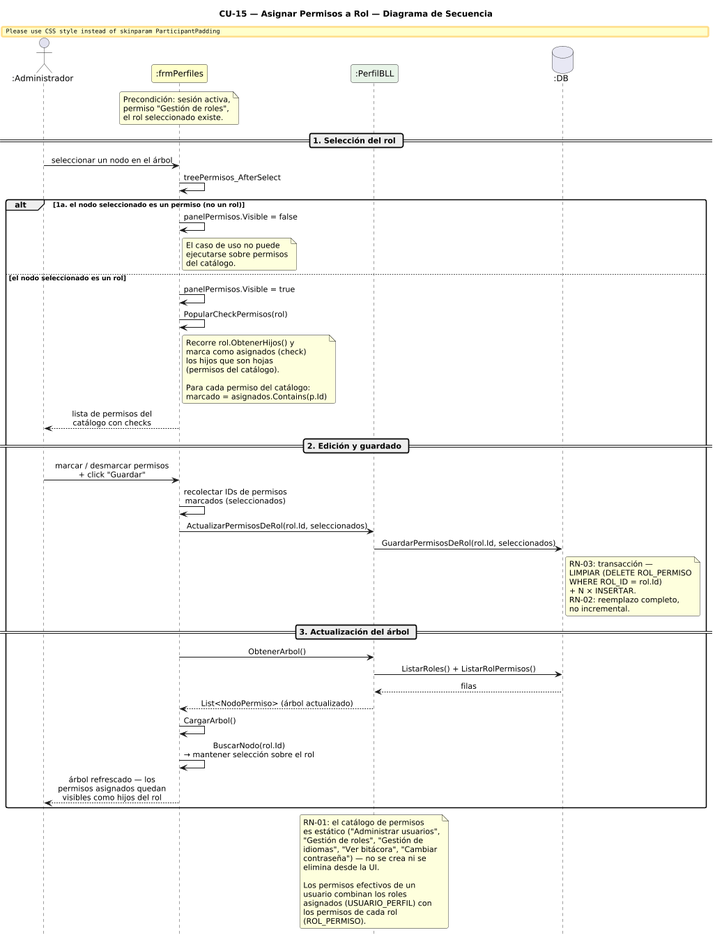
This is DIAGRAMAS/DiagramaSecuencia_CU15_AsignarPermisosRol.png from Jesifu/club-de-vinos-td, a PlantUML export, as it was before one commit. Source of this version:
```plantuml
@startuml DiagramaSecuencia_CU15_AsignarPermisosRol

title CU-15 — Asignar Permisos a Rol — Diagrama de Secuencia

skinparam shadowing false
skinparam roundcorner 6
skinparam sequenceArrowThickness 1.2
skinparam ParticipantPadding 14
skinparam sequenceMessageAlign center
hide footbox
scale 0.85

actor       ":Administrador"  as A
participant ":frmPerfiles"    as FP #FEFECE
participant ":PerfilBLL"      as PB #E8F4E8
database    ":DB"             as DB #E8E8F4

note over FP
  Precondición: sesión activa,
  permiso "Gestión de roles",
  el rol seleccionado existe.
end note

== 1. Selección del rol ==

A -> FP : seleccionar un nodo en el árbol
FP -> FP : treePermisos_AfterSelect

alt 1a. el nodo seleccionado es un permiso (no un rol)
  FP -> FP : panelPermisos.Visible = false
  note right of FP
    El caso de uso no puede
    ejecutarse sobre permisos
    del catálogo.
  end note

else el nodo seleccionado es un rol
  FP -> FP : panelPermisos.Visible = true
  FP -> FP : PopularCheckPermisos(rol)
  note right of FP
    Recorre rol.ObtenerHijos() y
    marca como asignados (check)
    los hijos que son hojas
    (permisos del catálogo).

    Para cada permiso del catálogo:
    marcado = asignados.Contains(p.Id)
  end note
  FP --> A : lista de permisos del\ncatálogo con checks

  == 2. Edición y guardado ==

  A -> FP : marcar / desmarcar permisos\n+ click "Guardar"

  FP -> FP : recolectar IDs de permisos\nmarcados (seleccionados)
  FP -> PB : ActualizarPermisosDeRol(rol.Id, seleccionados)
  PB -> DB : GuardarPermisosDeRol(rol.Id, seleccionados)
  note right of DB
    RN-03: transacción —
    LIMPIAR (DELETE ROL_PERMISO
    WHERE ROL_ID = rol.Id)
    + N × INSERTAR.
    RN-02: reemplazo completo,
    no incremental.
  end note

  == 3. Actualización del árbol ==

  FP -> PB : ObtenerArbol()
  PB -> DB : ListarRoles() + ListarRolPermisos()
  DB --> PB : filas
  PB --> FP : List<NodoPermiso> (árbol actualizado)
  FP -> FP : CargarArbol()
  FP -> FP : BuscarNodo(rol.Id)\n→ mantener selección sobre el rol
  FP --> A : árbol refrescado — los\npermisos asignados quedan\nvisibles como hijos del rol
end

note over PB
  RN-01: el catálogo de permisos
  es estático ("Administrar usuarios",
  "Gestión de roles", "Gestión de
  idiomas", "Ver bitácora", "Cambiar
  contraseña") — no se crea ni se
  elimina desde la UI.

  Los permisos efectivos de un
  usuario combinan los roles
  asignados (USUARIO_PERFIL) con
  los permisos de cada rol
  (ROL_PERMISO).
end note

@enduml
```
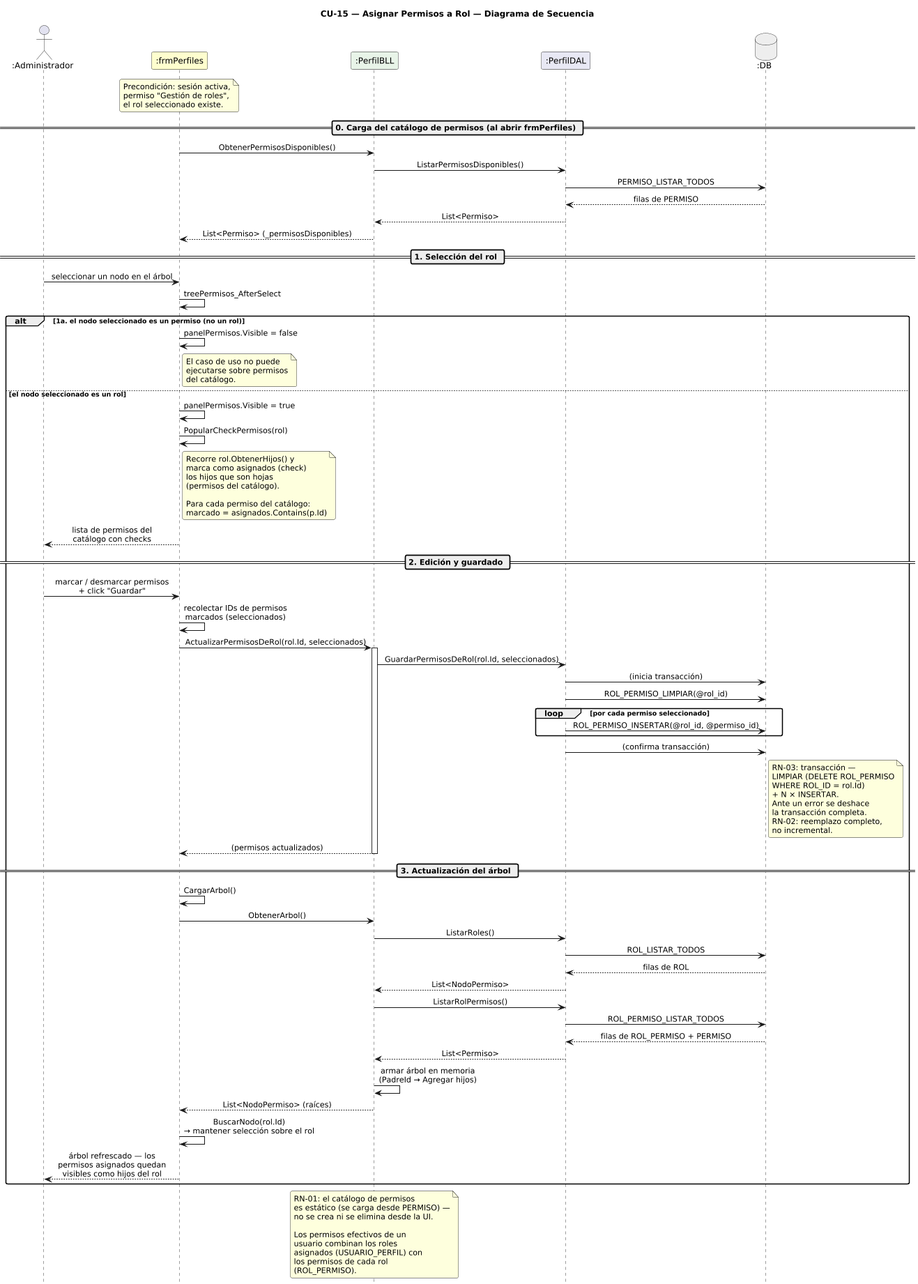
Above is the later version.

Change to the diagram source:
```diff
@@ -5,21 +5,30 @@
 skinparam shadowing false
 skinparam roundcorner 6
 skinparam sequenceArrowThickness 1.2
-skinparam ParticipantPadding 14
 skinparam sequenceMessageAlign center
 hide footbox
 scale 0.85
 
-actor       ":Administrador"  as A
-participant ":frmPerfiles"    as FP #FEFECE
-participant ":PerfilBLL"      as PB #E8F4E8
-database    ":DB"             as DB #E8E8F4
+actor       ":Administrador" as A
+participant ":frmPerfiles"   as FP #FEFECE
+participant ":PerfilBLL"     as PB #E8F4E8
+participant ":PerfilDAL"     as PD #E8E8F4
+database    ":DB"            as DB #EEEEEE
 
 note over FP
   Precondición: sesión activa,
   permiso "Gestión de roles",
   el rol seleccionado existe.
 end note
+
+== 0. Carga del catálogo de permisos (al abrir frmPerfiles) ==
+
+FP -> PB : ObtenerPermisosDisponibles()
+PB -> PD : ListarPermisosDisponibles()
+PD -> DB : PERMISO_LISTAR_TODOS
+DB --> PD : filas de PERMISO
+PD --> PB : List<Permiso>
+PB --> FP : List<Permiso> (_permisosDisponibles)
 
 == 1. Selección del rol ==
 
@@ -54,34 +63,49 @@
 
   FP -> FP : recolectar IDs de permisos\nmarcados (seleccionados)
   FP -> PB : ActualizarPermisosDeRol(rol.Id, seleccionados)
-  PB -> DB : GuardarPermisosDeRol(rol.Id, seleccionados)
+  activate PB
+  PB -> PD : GuardarPermisosDeRol(rol.Id, seleccionados)
+  PD -> DB : (inicia transacción)
+  PD -> DB : ROL_PERMISO_LIMPIAR(@rol_id)
+  loop por cada permiso seleccionado
+    PD -> DB : ROL_PERMISO_INSERTAR(@rol_id, @permiso_id)
+  end
+  PD -> DB : (confirma transacción)
   note right of DB
     RN-03: transacción —
     LIMPIAR (DELETE ROL_PERMISO
     WHERE ROL_ID = rol.Id)
     + N × INSERTAR.
+    Ante un error se deshace
+    la transacción completa.
     RN-02: reemplazo completo,
     no incremental.
   end note
+  PB --> FP : (permisos actualizados)
+  deactivate PB
 
   == 3. Actualización del árbol ==
 
+  FP -> FP : CargarArbol()
   FP -> PB : ObtenerArbol()
-  PB -> DB : ListarRoles() + ListarRolPermisos()
-  DB --> PB : filas
-  PB --> FP : List<NodoPermiso> (árbol actualizado)
-  FP -> FP : CargarArbol()
+  PB -> PD : ListarRoles()
+  PD -> DB : ROL_LISTAR_TODOS
+  DB --> PD : filas de ROL
+  PD --> PB : List<NodoPermiso>
+  PB -> PD : ListarRolPermisos()
+  PD -> DB : ROL_PERMISO_LISTAR_TODOS
+  DB --> PD : filas de ROL_PERMISO + PERMISO
+  PD --> PB : List<Permiso>
+  PB -> PB : armar árbol en memoria\n(PadreId → Agregar hijos)
+  PB --> FP : List<NodoPermiso> (raíces)
   FP -> FP : BuscarNodo(rol.Id)\n→ mantener selección sobre el rol
   FP --> A : árbol refrescado — los\npermisos asignados quedan\nvisibles como hijos del rol
 end
 
 note over PB
   RN-01: el catálogo de permisos
-  es estático ("Administrar usuarios",
-  "Gestión de roles", "Gestión de
-  idiomas", "Ver bitácora", "Cambiar
-  contraseña") — no se crea ni se
-  elimina desde la UI.
+  es estático (se carga desde PERMISO) —
+  no se crea ni se elimina desde la UI.
 
   Los permisos efectivos de un
   usuario combinan los roles
```
